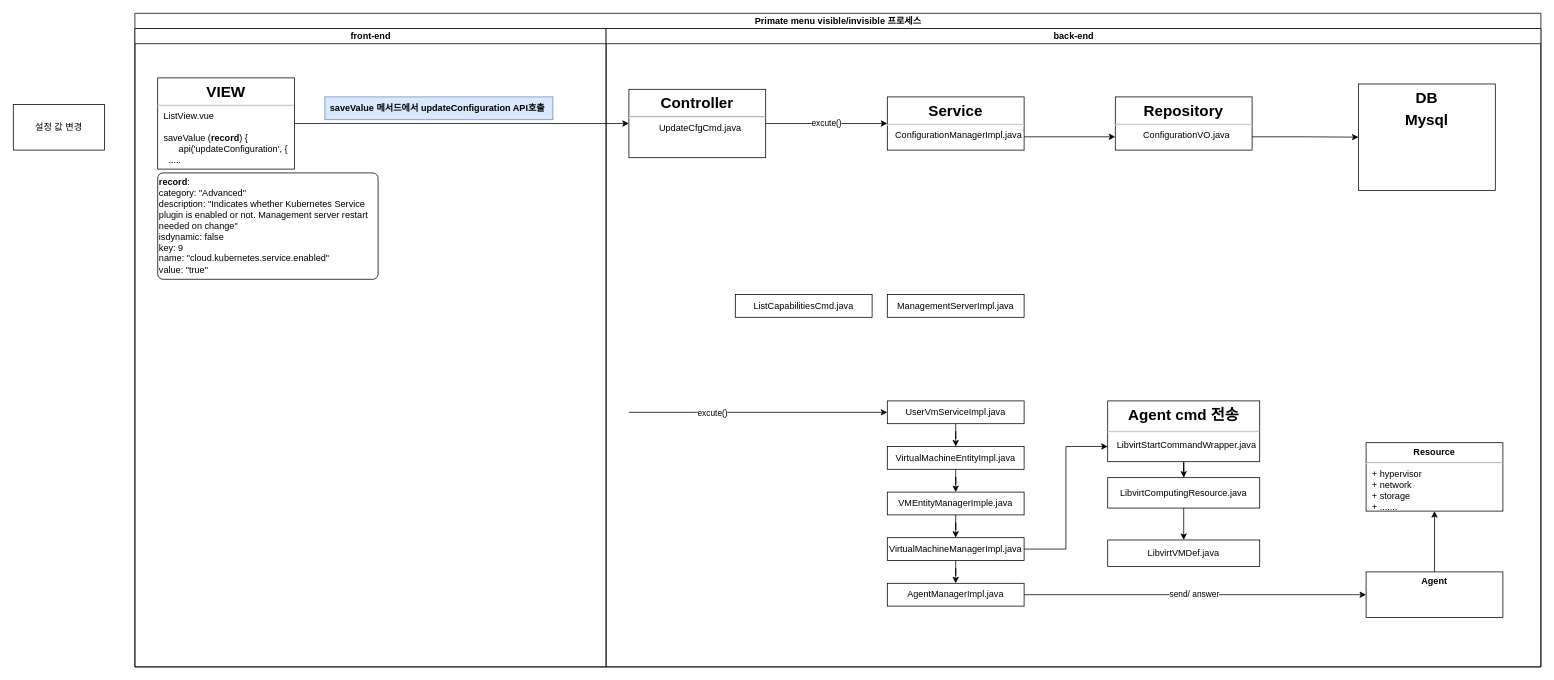
stardom3645/wiki keeps this draw.io diagram as page "페이지-2" (2 of 2) of kuber메뉴.drawio. Above is the earlier version. Source tidied: cells renumbered, new cells numbered last; positions are measured from the earlier drawing's top-left corner, leaving out a move shared by most shapes. Both pictures are drawn from the tidied source at 76%, with x=0, y=0 at pixel (13, 13).
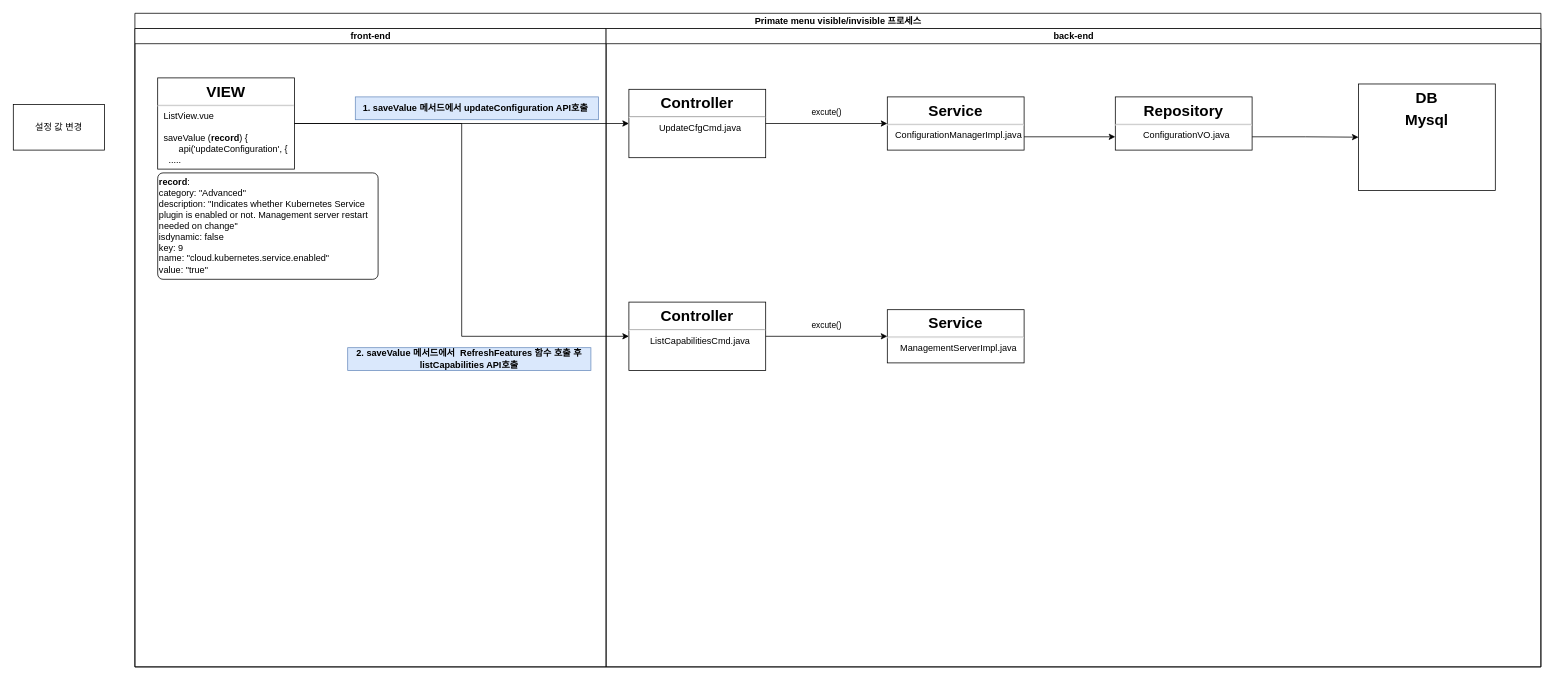
The same page after the edit.

Commit message:
kuber메뉴.drawio 업데이트

The change refers to these unchanged cells:
```xml
<mxCell id="2" value="Primate menu visible/invisible 프로세스" style="swimlane;html=1;startSize=20;verticalAlign=middle;" parent="1" vertex="1">
  <mxGeometry x="160" width="1850" height="860" as="geometry" />
</mxCell>
<mxCell id="3" value="front-end" style="swimlane;html=1;startSize=20;" parent="2" vertex="1">
  <mxGeometry y="20" width="620" height="840" as="geometry" />
</mxCell>
<mxCell id="4" value="&lt;p style=&quot;margin: 0px ; margin-top: 6px ; text-align: center&quot;&gt;&lt;b&gt;&lt;font style=&quot;font-size: 20px&quot;&gt;VIEW&lt;/font&gt;&lt;/b&gt;&lt;/p&gt;&lt;hr&gt;&lt;p style=&quot;margin: 0px ; margin-left: 8px&quot;&gt;&lt;span style=&quot;text-align: center&quot;&gt;ListView.vue&lt;/span&gt;&lt;br&gt;&lt;/p&gt;&lt;p style=&quot;margin: 0px ; margin-left: 8px&quot;&gt;&lt;br&gt;&lt;/p&gt;&lt;p style=&quot;margin: 0px ; margin-left: 8px&quot;&gt;saveValue (&lt;b&gt;record&lt;/b&gt;) {&lt;/p&gt;&lt;p style=&quot;margin: 0px ; margin-left: 8px&quot;&gt;&amp;nbsp; &amp;nbsp; &amp;nbsp; api('updateConfiguration', {&lt;/p&gt;&lt;p style=&quot;margin: 0px ; margin-left: 8px&quot;&gt;&amp;nbsp; .....&lt;/p&gt;" style="align=left;overflow=fill;html=1;" parent="3" vertex="1">
  <mxGeometry x="30" y="65" width="180" height="120" as="geometry" />
</mxCell>
<mxCell id="8" value="back-end" style="swimlane;html=1;startSize=20;" parent="2" vertex="1">
  <mxGeometry x="620" y="20" width="1230" height="840" as="geometry" />
</mxCell>
<mxCell id="9" value="&lt;p style=&quot;margin: 6px 0px 0px&quot;&gt;&lt;b&gt;&lt;font style=&quot;font-size: 20px&quot;&gt;Controller&lt;/font&gt;&lt;/b&gt;&lt;/p&gt;&lt;hr&gt;&lt;p style=&quot;margin: 0px ; margin-left: 8px&quot;&gt;&lt;span&gt;UpdateCfgCmd.java&lt;/span&gt;&lt;br&gt;&lt;/p&gt;" style="align=center;overflow=fill;html=1;" parent="8" vertex="1">
  <mxGeometry x="30" y="80" width="180" height="90" as="geometry" />
</mxCell>
<mxCell id="10" value="&lt;p style=&quot;margin: 6px 0px 0px&quot;&gt;&lt;b&gt;&lt;font style=&quot;font-size: 20px&quot;&gt;Service&lt;/font&gt;&lt;/b&gt;&lt;/p&gt;&lt;hr&gt;&lt;p style=&quot;margin: 0px ; margin-left: 8px&quot;&gt;ConfigurationManagerImpl.java&lt;/p&gt;" style="align=center;overflow=fill;html=1;" parent="8" vertex="1">
  <mxGeometry x="370" y="90" width="180" height="70" as="geometry" />
</mxCell>
```

What changed in the source:
```diff
@@
-    <mxCell id="6" value="&lt;span style=&quot;text-align: left&quot;&gt;saveValue 메서드에서&amp;nbsp;&lt;/span&gt;&lt;span style=&quot;text-align: left&quot;&gt;updateConfiguration API호출&lt;/span&gt;&lt;span style=&quot;text-align: left&quot;&gt;&amp;nbsp;&lt;/span&gt;" style="text;html=1;strokeColor=#6c8ebf;fillColor=#dae8fc;align=center;verticalAlign=middle;whiteSpace=wrap;rounded=0;fontStyle=1;" parent="3" vertex="1">
-      <mxGeometry x="250" y="90" width="300" height="30" as="geometry" />
+    <mxCell id="6" value="&lt;span style=&quot;text-align: left&quot;&gt;1. saveValue 메서드에서&amp;nbsp;&lt;/span&gt;&lt;span style=&quot;text-align: left&quot;&gt;updateConfiguration API호출&lt;/span&gt;&lt;span style=&quot;text-align: left&quot;&gt;&amp;nbsp;&lt;/span&gt;" style="text;html=1;strokeColor=#6c8ebf;fillColor=#dae8fc;align=center;verticalAlign=middle;whiteSpace=wrap;rounded=0;fontStyle=1;" parent="3" vertex="1">
+      <mxGeometry x="290" y="90" width="320" height="30" as="geometry" />
     </mxCell>
+    <mxCell id="41" value="&lt;span style=&quot;text-align: left&quot;&gt;2. saveValue 메서드에서&amp;nbsp;&lt;/span&gt;&lt;span style=&quot;text-align: left&quot;&gt;&amp;nbsp;&lt;/span&gt;RefreshFeatures 함수 호출 후&lt;br&gt;listCapabilities API호출" style="text;html=1;strokeColor=#6c8ebf;fillColor=#dae8fc;align=center;verticalAlign=middle;whiteSpace=wrap;rounded=0;fontStyle=1;" parent="3" vertex="1">
+      <mxGeometry x="280" y="420" width="320" height="30" as="geometry" />
+    </mxCell>
@@
-    <mxCell id="11" value="excute()" style="edgeStyle=orthogonalEdgeStyle;rounded=0;jettySize=auto;html=1;align=center;" parent="8" edge="1" source="9" target="10">
-      <mxGeometry relative="1" as="geometry" />
-    </mxCell>
-    <mxCell id="12" value="UserVmServiceImpl.java" style="whiteSpace=wrap;html=1;align=center;" parent="8" vertex="1">
-      <mxGeometry x="370" y="490" width="180" height="30" as="geometry" />
-    </mxCell>
-    <mxCell id="13" style="edgeStyle=orthogonalEdgeStyle;rounded=0;jettySize=auto;html=1;align=center;" parent="8" edge="1" target="12">
-      <mxGeometry relative="1" as="geometry">
-        <mxPoint x="30" y="505" as="sourcePoint" />
-        <Array as="points">
-          <mxPoint x="110" y="505" />
-        </Array>
-      </mxGeometry>
-    </mxCell>
-    <mxCell id="14" value="excute()" style="edgeLabel;html=1;align=center;verticalAlign=middle;" parent="13" vertex="1">
-      <mxGeometry x="-0.36" relative="1" as="geometry" />
-    </mxCell>
-    <mxCell id="15" value="VirtualMachineEntityImpl.java" style="whiteSpace=wrap;html=1;align=center;" parent="8" vertex="1">
-      <mxGeometry x="370" y="550" width="180" height="30" as="geometry" />
-    </mxCell>
-    <mxCell id="16" style="edgeStyle=orthogonalEdgeStyle;rounded=0;jettySize=auto;html=1;align=center;" parent="8" edge="1" source="12" target="15">
-      <mxGeometry relative="1" as="geometry" />
-    </mxCell>
-    <mxCell id="17" value="VMEntityManagerImple.java" style="whiteSpace=wrap;html=1;align=center;" parent="8" vertex="1">
-      <mxGeometry x="370" y="610" width="180" height="30" as="geometry" />
-    </mxCell>
-    <mxCell id="18" style="edgeStyle=orthogonalEdgeStyle;rounded=0;jettySize=auto;html=1;align=center;" parent="8" edge="1" source="15" target="17">
-      <mxGeometry relative="1" as="geometry" />
-    </mxCell>
-    <mxCell id="19" style="edgeStyle=orthogonalEdgeStyle;rounded=0;jettySize=auto;html=1;exitX=1;exitY=0.5;exitDx=0;exitDy=0;entryX=0;entryY=0.75;entryDx=0;entryDy=0;" parent="8" edge="1" source="20" target="29">
-      <mxGeometry relative="1" as="geometry" />
-    </mxCell>
-    <mxCell id="20" value="VirtualMachineManagerImpl.java&lt;br&gt;" style="whiteSpace=wrap;html=1;align=center;" parent="8" vertex="1">
-      <mxGeometry x="370" y="670" width="180" height="30" as="geometry" />
-    </mxCell>
-    <mxCell id="21" style="edgeStyle=orthogonalEdgeStyle;rounded=0;jettySize=auto;html=1;align=center;" parent="8" edge="1" source="17" target="20">
-      <mxGeometry relative="1" as="geometry" />
-    </mxCell>
-    <mxCell id="22" style="edgeStyle=orthogonalEdgeStyle;rounded=0;jettySize=auto;html=1;exitX=1;exitY=0.5;exitDx=0;exitDy=0;align=center;" parent="8" edge="1" source="24" target="37">
-      <mxGeometry relative="1" as="geometry" />
-    </mxCell>
-    <mxCell id="23" value="send/ answer" style="edgeLabel;html=1;align=center;verticalAlign=middle;" parent="22" vertex="1">
-      <mxGeometry x="-0.01" y="2" relative="1" as="geometry" />
-    </mxCell>
-    <mxCell id="24" value="AgentManagerImpl.java" style="whiteSpace=wrap;html=1;align=center;" parent="8" vertex="1">
-      <mxGeometry x="370" y="730" width="180" height="30" as="geometry" />
-    </mxCell>
-    <mxCell id="25" style="edgeStyle=orthogonalEdgeStyle;rounded=0;jettySize=auto;html=1;align=center;" parent="8" edge="1" source="20" target="24">
-      <mxGeometry relative="1" as="geometry" />
-    </mxCell>
@@
-    <mxCell id="29" value="&lt;p style=&quot;margin: 6px 0px 0px ; font-size: 20px&quot;&gt;&lt;b&gt;&lt;font style=&quot;font-size: 20px&quot;&gt;Agent cmd 전송&lt;/font&gt;&lt;/b&gt;&lt;/p&gt;&lt;hr style=&quot;font-size: 20px&quot;&gt;&lt;p style=&quot;margin: 0px ; margin-left: 8px&quot;&gt;LibvirtStartCommandWrapper.java&lt;/p&gt;" style="align=center;overflow=fill;html=1;" parent="8" vertex="1">
-      <mxGeometry x="660" y="490" width="200" height="80" as="geometry" />
-    </mxCell>
-    <mxCell id="30" value="LibvirtComputingResource.java" style="whiteSpace=wrap;html=1;align=center;" parent="8" vertex="1">
-      <mxGeometry x="660" y="591" width="200" height="40" as="geometry" />
-    </mxCell>
-    <mxCell id="31" style="edgeStyle=orthogonalEdgeStyle;rounded=0;jettySize=auto;html=1;align=center;" parent="8" edge="1" source="29" target="30">
-      <mxGeometry relative="1" as="geometry" />
-    </mxCell>
-    <mxCell id="32" value="LibvirtVMDef.java" style="whiteSpace=wrap;html=1;align=center;" parent="8" vertex="1">
-      <mxGeometry x="660" y="673" width="200" height="35" as="geometry" />
-    </mxCell>
-    <mxCell id="33" style="edgeStyle=orthogonalEdgeStyle;rounded=0;jettySize=auto;html=1;align=center;" parent="8" edge="1" source="30" target="32">
-      <mxGeometry relative="1" as="geometry" />
-    </mxCell>
-    <mxCell id="34" value="&lt;p style=&quot;margin: 6px 0px 0px ; text-align: center&quot;&gt;&lt;b&gt;Resource&lt;/b&gt;&lt;/p&gt;&lt;hr&gt;&lt;p style=&quot;margin: 0px 0px 0px 8px&quot;&gt;+ hypervisor&lt;br&gt;+ network&lt;/p&gt;&lt;p style=&quot;margin: 0px 0px 0px 8px&quot;&gt;+ storage&lt;/p&gt;&lt;p style=&quot;margin: 0px 0px 0px 8px&quot;&gt;+ .......&lt;/p&gt;" style="align=left;overflow=fill;html=1;" parent="8" vertex="1">
-      <mxGeometry x="1000" y="545" width="180" height="90" as="geometry" />
-    </mxCell>
@@
-    <mxCell id="36" style="edgeStyle=orthogonalEdgeStyle;rounded=0;jettySize=auto;html=1;exitX=0.5;exitY=0;exitDx=0;exitDy=0;entryX=0.5;entryY=1;entryDx=0;entryDy=0;align=center;" parent="8" edge="1" source="37" target="34">
-      <mxGeometry relative="1" as="geometry" />
-    </mxCell>
-    <mxCell id="37" value="&lt;p style=&quot;margin: 6px 0px 0px;&quot;&gt;&lt;b&gt;Agent&lt;/b&gt;&lt;/p&gt;" style="align=center;overflow=fill;html=1;verticalAlign=bottom;" parent="8" vertex="1">
-      <mxGeometry x="1000" y="715" width="180" height="60" as="geometry" />
-    </mxCell>
-    <mxCell id="38" value="ManagementServerImpl.java" style="whiteSpace=wrap;html=1;align=center;" parent="8" vertex="1">
-      <mxGeometry x="370" y="350" width="180" height="30" as="geometry" />
-    </mxCell>
-    <mxCell id="39" value="ListCapabilitiesCmd.java" style="whiteSpace=wrap;html=1;align=center;" parent="8" vertex="1">
-      <mxGeometry x="170" y="350" width="180" height="30" as="geometry" />
-    </mxCell>
+    <mxCell id="42" value="&lt;p style=&quot;margin: 6px 0px 0px&quot;&gt;&lt;b&gt;&lt;font style=&quot;font-size: 20px&quot;&gt;Controller&lt;/font&gt;&lt;/b&gt;&lt;/p&gt;&lt;hr&gt;&lt;p style=&quot;margin: 0px ; margin-left: 8px&quot;&gt;&lt;span&gt;ListCapabilitiesCmd.java&lt;/span&gt;&lt;br&gt;&lt;/p&gt;" style="align=center;overflow=fill;html=1;" parent="8" vertex="1">
+      <mxGeometry x="30" y="360" width="180" height="90" as="geometry" />
+    </mxCell>
+    <mxCell id="43" value="&lt;p style=&quot;margin: 6px 0px 0px&quot;&gt;&lt;b&gt;&lt;font style=&quot;font-size: 20px&quot;&gt;Service&lt;/font&gt;&lt;/b&gt;&lt;/p&gt;&lt;hr&gt;&lt;p style=&quot;margin: 0px ; margin-left: 8px&quot;&gt;&lt;span&gt;ManagementServerImpl.java&lt;/span&gt;&lt;br&gt;&lt;/p&gt;" style="align=center;overflow=fill;html=1;" parent="8" vertex="1">
+      <mxGeometry x="370" y="370" width="180" height="70" as="geometry" />
+    </mxCell>
+    <mxCell id="11" value="excute()" style="edgeStyle=orthogonalEdgeStyle;rounded=0;jettySize=auto;html=1;align=center;entryX=0;entryY=0.5;entryDx=0;entryDy=0;" parent="8" edge="1" source="9" target="10">
+      <mxGeometry y="15" relative="1" as="geometry" />
+    </mxCell>
+    <mxCell id="44" value="excute()" style="edgeStyle=orthogonalEdgeStyle;rounded=0;jettySize=auto;html=1;align=center;entryX=0;entryY=0.5;entryDx=0;entryDy=0;exitX=1;exitY=0.5;exitDx=0;exitDy=0;" parent="8" edge="1" source="42" target="43">
+      <mxGeometry y="15" relative="1" as="geometry" />
+    </mxCell>
+    <mxCell id="45" style="edgeStyle=orthogonalEdgeStyle;rounded=0;jettySize=auto;html=1;exitX=1;exitY=0.5;exitDx=0;exitDy=0;entryX=0;entryY=0.5;entryDx=0;entryDy=0;" parent="2" edge="1" source="4" target="42">
+      <mxGeometry relative="1" as="geometry" />
+    </mxCell>
```
